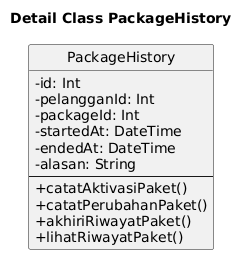
The PlantUML diagram docs/plantuml/detail-classes/detail-class-package-history.png in janbu12/nemafi-be, before a commit.
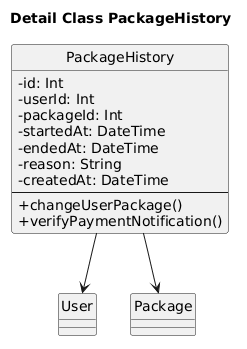
Above is the later version.

The edit, as a diff of the source:
```diff
@@ -2,19 +2,23 @@
 title Detail Class PackageHistory
 
 skinparam classAttributeIconSize 0
+skinparam shadowing false
+skinparam defaultFontName "Times New Roman"
 hide circle
 
 class PackageHistory {
   - id: Int
-  - pelangganId: Int
+  - userId: Int
   - packageId: Int
   - startedAt: DateTime
   - endedAt: DateTime
-  - alasan: String
+  - reason: String
+  - createdAt: DateTime
   --
-  + catatAktivasiPaket()
-  + catatPerubahanPaket()
-  + akhiriRiwayatPaket()
-  + lihatRiwayatPaket()
+  + changeUserPackage()
+  + verifyPaymentNotification()
 }
+
+PackageHistory --> User
+PackageHistory --> Package
 @enduml
```
